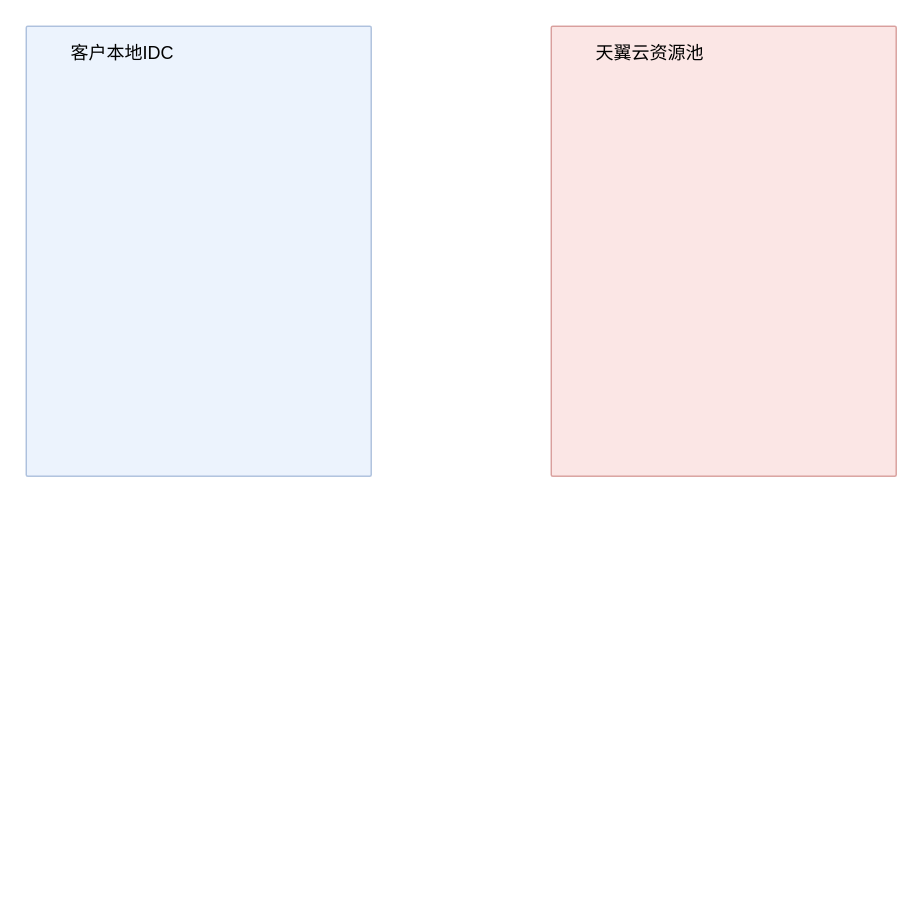
Earlier version of the draw.io diagram 正扬传感器智算方案.drawio (MyselfblueKAMI/drawpub). Source tidied: cells renumbered, new cells numbered last; positions are measured from the earlier drawing's top-left corner, leaving out a move shared by most shapes. Both pictures are drawn from the tidied source at 150%, with x=0, y=0 at pixel (26, 26).
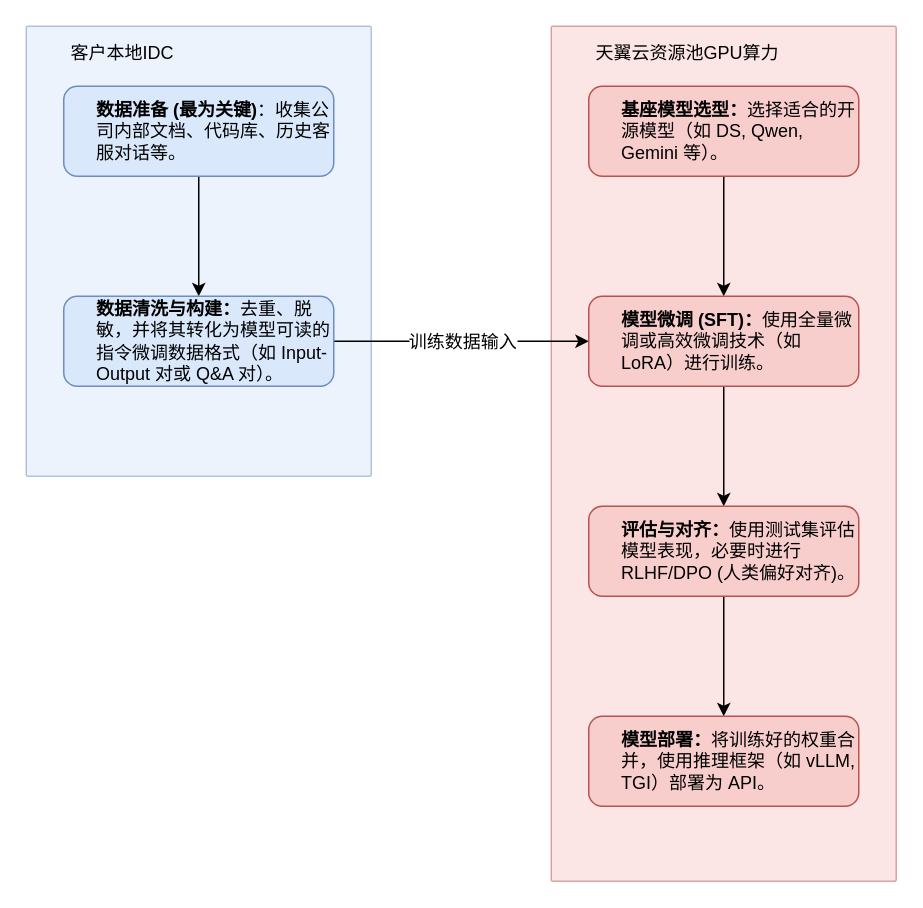
After the change.

Commit message (it also covers changes not shown here):
更新正扬传感器智算方案.drawio

Diff of the diagram source:
```diff
@@
 <mxGraphModel>
   <root>
     <mxCell id="0" />
     <mxCell id="1" parent="0" />
-    <mxCell id="2" value="天翼云资源池" style="sketch=0;rounded=1;absoluteArcSize=1;arcSize=2;html=1;strokeColor=#b85450;shadow=0;dashed=0;fontSize=12;align=left;verticalAlign=top;spacing=10;spacingTop=-4;whiteSpace=wrap;fillColor=#f8cecc;spacingLeft=20;fontFamily=Helvetica;opacity=50;" parent="1" vertex="1">
-      <mxGeometry x="350" width="230" height="300" as="geometry" />
+    <mxCell id="2" value="天翼云资源池GPU算力" style="sketch=0;rounded=1;absoluteArcSize=1;arcSize=2;html=1;strokeColor=#b85450;shadow=0;dashed=0;fontSize=12;align=left;verticalAlign=top;spacing=10;spacingTop=-4;whiteSpace=wrap;fillColor=#f8cecc;spacingLeft=20;fontFamily=Helvetica;opacity=50;" parent="1" vertex="1">
+      <mxGeometry x="350" width="230" height="570" as="geometry" />
     </mxCell>
     <mxCell id="3" value="客户本地IDC" style="sketch=0;rounded=1;absoluteArcSize=1;arcSize=2;html=1;strokeColor=#6c8ebf;shadow=0;dashed=0;fontSize=12;align=left;verticalAlign=top;spacing=10;spacingTop=-4;whiteSpace=wrap;fillColor=#dae8fc;spacingLeft=20;fontFamily=Helvetica;opacity=50;" parent="1" vertex="1">
       <mxGeometry width="230" height="300" as="geometry" />
     </mxCell>
+    <mxCell id="4" style="edgeStyle=orthogonalEdgeStyle;rounded=0;jettySize=auto;html=1;fontFamily=Helvetica;fontSize=12;fontColor=#999999;" parent="1" edge="1" source="5" target="8">
+      <mxGeometry relative="1" as="geometry" />
+    </mxCell>
+    <mxCell id="5" value="&lt;b&gt;数据准备 (最为关键)&lt;/b&gt;：收集公司内部文档、代码库、历史客服对话等。" style="rounded=1;whiteSpace=wrap;html=1;strokeColor=#6c8ebf;align=left;verticalAlign=middle;spacingLeft=20;fontFamily=Helvetica;fontSize=12;fillColor=#dae8fc;" parent="1" vertex="1">
+      <mxGeometry x="25" y="40" width="180" height="60" as="geometry" />
+    </mxCell>
+    <mxCell id="6" style="edgeStyle=orthogonalEdgeStyle;rounded=0;jettySize=auto;html=1;exitX=1;exitY=0.5;exitDx=0;exitDy=0;entryX=0;entryY=0.5;entryDx=0;entryDy=0;fontFamily=Helvetica;fontSize=12;fontColor=#999999;" parent="1" edge="1" source="8" target="12">
+      <mxGeometry relative="1" as="geometry" />
+    </mxCell>
+    <mxCell id="7" value="&lt;font style=&quot;color: light-dark(rgb(0, 0, 0), rgb(0, 0, 0));&quot;&gt;训练数据输入&lt;/font&gt;" style="edgeLabel;html=1;align=center;verticalAlign=middle;strokeColor=default;spacingLeft=20;fontFamily=Helvetica;fontSize=12;fontColor=#999999;fillColor=default;" parent="6" vertex="1">
+      <mxGeometry x="-0.01" y="2" relative="1" as="geometry">
+        <mxPoint x="-9" y="2" as="offset" />
+      </mxGeometry>
+    </mxCell>
+    <mxCell id="8" value="&lt;b&gt;数据清洗与构建：&lt;/b&gt;去重、脱敏，并将其转化为模型可读的指令微调数据格式（如 Input-Output 对或 Q&amp;amp;A 对）。" style="rounded=1;whiteSpace=wrap;html=1;strokeColor=#6c8ebf;align=left;verticalAlign=middle;spacingLeft=20;fontFamily=Helvetica;fontSize=12;fillColor=#dae8fc;" parent="1" vertex="1">
+      <mxGeometry x="25" y="180" width="180" height="60" as="geometry" />
+    </mxCell>
+    <mxCell id="9" style="edgeStyle=orthogonalEdgeStyle;rounded=0;jettySize=auto;html=1;fontFamily=Helvetica;fontSize=12;fontColor=#999999;" parent="1" edge="1" source="10" target="12">
+      <mxGeometry relative="1" as="geometry" />
+    </mxCell>
+    <mxCell id="10" value="&lt;b&gt;基座模型选型：&lt;/b&gt;选择适合的开源模型（如 DS, Qwen, Gemini 等）。" style="rounded=1;whiteSpace=wrap;html=1;strokeColor=#b85450;align=left;verticalAlign=middle;spacingLeft=20;fontFamily=Helvetica;fontSize=12;fillColor=#f8cecc;" parent="1" vertex="1">
+      <mxGeometry x="375" y="40" width="180" height="60" as="geometry" />
+    </mxCell>
+    <mxCell id="11" style="edgeStyle=orthogonalEdgeStyle;rounded=0;jettySize=auto;html=1;fontFamily=Helvetica;fontSize=12;fontColor=#999999;" parent="1" edge="1" source="12" target="14">
+      <mxGeometry relative="1" as="geometry" />
+    </mxCell>
+    <mxCell id="12" value="&lt;b&gt;模型微调 (SFT)：&lt;/b&gt;使用全量微调或高效微调技术（如 LoRA）进行训练。" style="rounded=1;whiteSpace=wrap;html=1;strokeColor=#b85450;align=left;verticalAlign=middle;spacingLeft=20;fontFamily=Helvetica;fontSize=12;fillColor=#f8cecc;" parent="1" vertex="1">
+      <mxGeometry x="375" y="180" width="180" height="60" as="geometry" />
+    </mxCell>
+    <mxCell id="13" style="edgeStyle=orthogonalEdgeStyle;rounded=0;jettySize=auto;html=1;fontFamily=Helvetica;fontSize=12;fontColor=#999999;" parent="1" edge="1" source="14" target="15">
+      <mxGeometry relative="1" as="geometry" />
+    </mxCell>
+    <mxCell id="14" value="&lt;b&gt;评估与对齐：&lt;/b&gt;使用测试集评估模型表现，必要时进行 RLHF/DPO (人类偏好对齐)。" style="rounded=1;whiteSpace=wrap;html=1;strokeColor=#b85450;align=left;verticalAlign=middle;spacingLeft=20;fontFamily=Helvetica;fontSize=12;fillColor=#f8cecc;" parent="1" vertex="1">
+      <mxGeometry x="375" y="320" width="180" height="60" as="geometry" />
+    </mxCell>
+    <mxCell id="15" value="&lt;b&gt;模型部署：&lt;/b&gt;将训练好的权重合并，使用推理框架（如 vLLM, TGI）部署为 API。" style="rounded=1;whiteSpace=wrap;html=1;strokeColor=#b85450;align=left;verticalAlign=middle;spacingLeft=20;fontFamily=Helvetica;fontSize=12;fillColor=#f8cecc;" parent="1" vertex="1">
+      <mxGeometry x="375" y="460" width="180" height="60" as="geometry" />
+    </mxCell>
   </root>
 </mxGraphModel>
```
